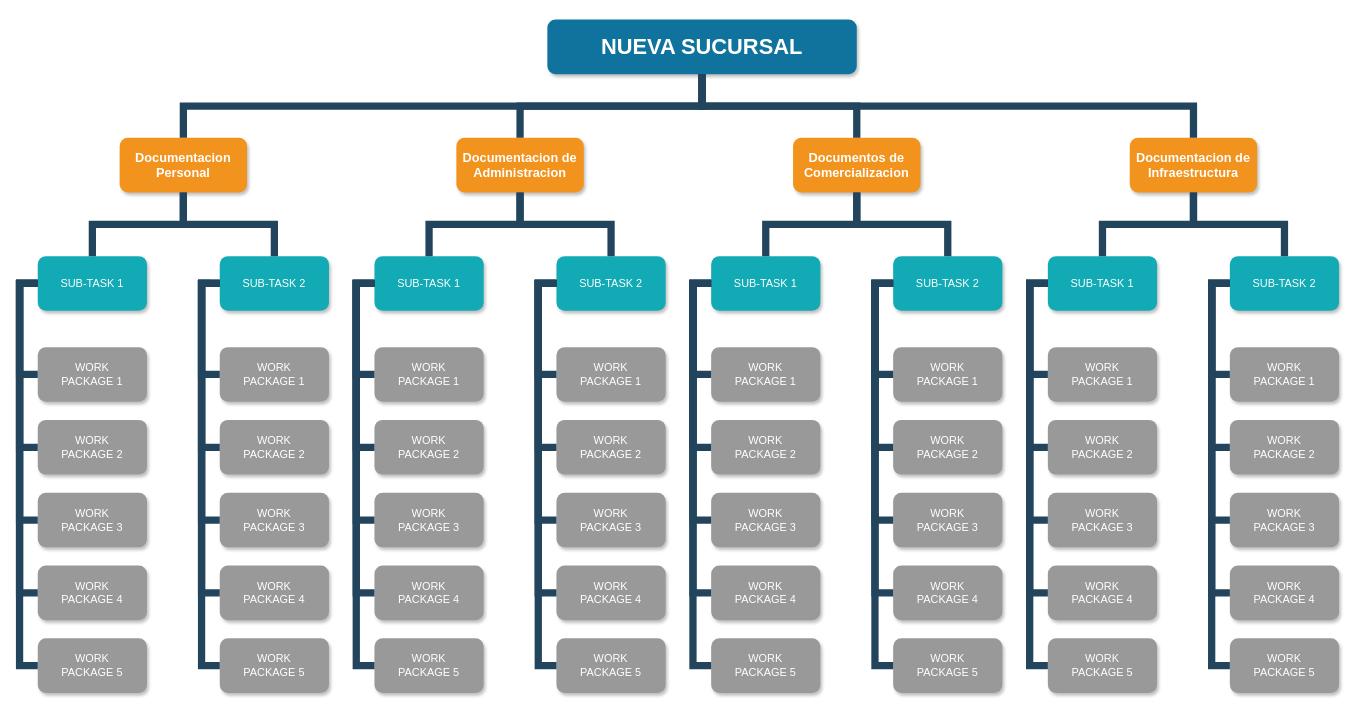
Before: Untitled Diagram.drawio in spawn1978/teclab, a draw.io diagram. Source tidied: cells renumbered, new cells numbered last; positions are measured from the earlier drawing's top-left corner, leaving out a move shared by most shapes. Both pictures are drawn from the tidied source at 91%, with x=0, y=0 at pixel (19, 19).
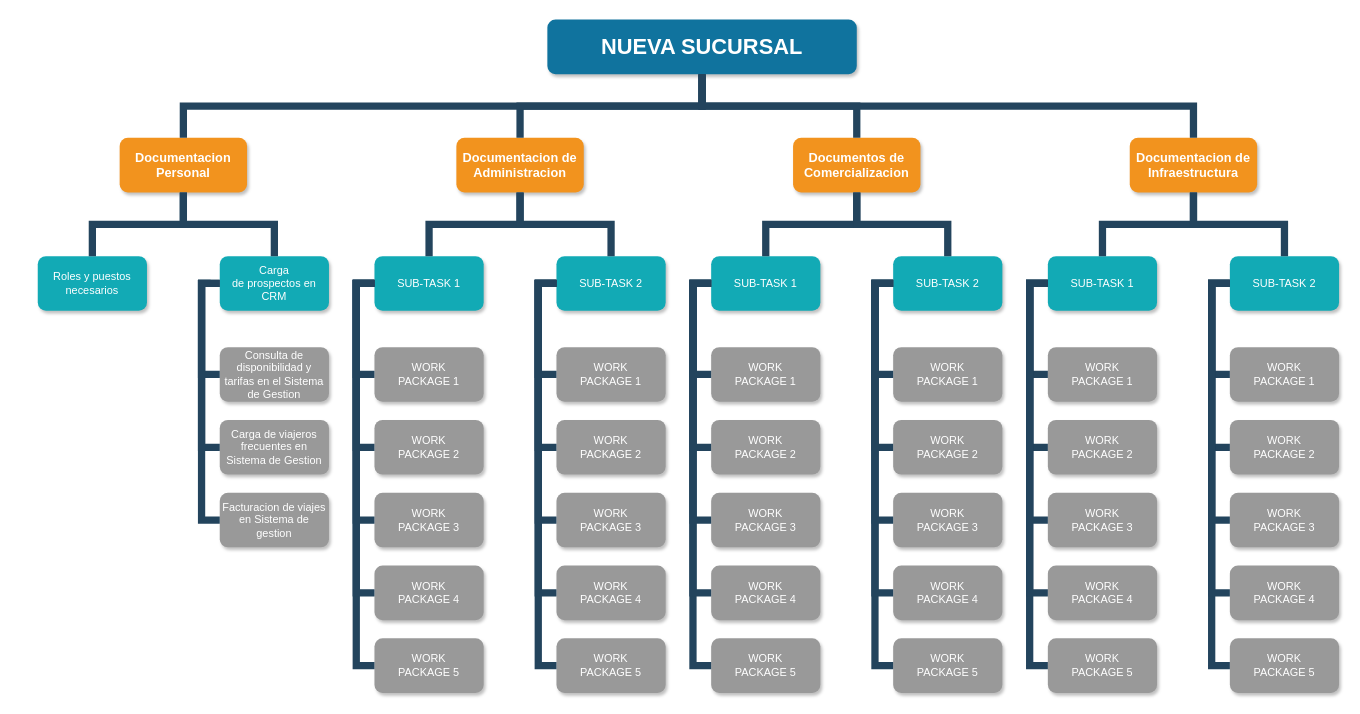
Above is the later version.

What changed in the source:
```diff
@@
-    <mxCell id="7" value="SUB-TASK 1" style="whiteSpace=wrap;rounded=1;fillColor=#12AAB5;strokeColor=none;shadow=1;fontColor=#FFFFFF;" parent="1" vertex="1">
+    <mxCell id="7" value="Roles y puestos necesarios" style="whiteSpace=wrap;rounded=1;fillColor=#12AAB5;strokeColor=none;shadow=1;fontColor=#FFFFFF;" parent="1" vertex="1">
       <mxGeometry x="20" y="260" width="120" height="60" as="geometry" />
     </mxCell>
-    <mxCell id="8" value="SUB-TASK 2" style="whiteSpace=wrap;rounded=1;fillColor=#12AAB5;strokeColor=none;shadow=1;fontColor=#FFFFFF;" parent="1" vertex="1">
+    <mxCell id="8" value="Carga &#10;de prospectos en CRM" style="whiteSpace=wrap;rounded=1;fillColor=#12AAB5;strokeColor=none;shadow=1;fontColor=#FFFFFF;" parent="1" vertex="1">
       <mxGeometry x="220" y="260" width="120" height="60" as="geometry" />
     </mxCell>
-    <mxCell id="9" value="WORK&#10;PACKAGE 1" style="whiteSpace=wrap;rounded=1;fillColor=#999999;strokeColor=none;shadow=1;fontColor=#FFFFFF;fontStyle=0;" parent="1" vertex="1">
-      <mxGeometry x="20" y="360" width="120" height="60" as="geometry" />
-    </mxCell>
-    <mxCell id="10" value="WORK&#10;PACKAGE 2" style="whiteSpace=wrap;rounded=1;fillColor=#999999;strokeColor=none;shadow=1;fontColor=#FFFFFF;fontStyle=0;" parent="1" vertex="1">
-      <mxGeometry x="20" y="440" width="120" height="60" as="geometry" />
-    </mxCell>
-    <mxCell id="11" value="WORK&#10;PACKAGE 3" style="whiteSpace=wrap;rounded=1;fillColor=#999999;strokeColor=none;shadow=1;fontColor=#FFFFFF;fontStyle=0;" parent="1" vertex="1">
-      <mxGeometry x="20" y="520" width="120" height="60" as="geometry" />
-    </mxCell>
-    <mxCell id="12" value="WORK&#10;PACKAGE 4" style="whiteSpace=wrap;rounded=1;fillColor=#999999;strokeColor=none;shadow=1;fontColor=#FFFFFF;fontStyle=0;" parent="1" vertex="1">
-      <mxGeometry x="20" y="600" width="120" height="60" as="geometry" />
-    </mxCell>
-    <mxCell id="13" value="WORK&#10;PACKAGE 5" style="whiteSpace=wrap;rounded=1;fillColor=#999999;strokeColor=none;shadow=1;fontColor=#FFFFFF;fontStyle=0;" parent="1" vertex="1">
-      <mxGeometry x="20" y="680" width="120" height="60" as="geometry" />
-    </mxCell>
-    <mxCell id="14" value="WORK&#10;PACKAGE 1" style="whiteSpace=wrap;rounded=1;fillColor=#999999;strokeColor=none;shadow=1;fontColor=#FFFFFF;fontStyle=0;" parent="1" vertex="1">
+    <mxCell id="14" value="Consulta de disponibilidad y tarifas en el Sistema de Gestion" style="whiteSpace=wrap;rounded=1;fillColor=#999999;strokeColor=none;shadow=1;fontColor=#FFFFFF;fontStyle=0;" parent="1" vertex="1">
       <mxGeometry x="220" y="360" width="120" height="60" as="geometry" />
     </mxCell>
-    <mxCell id="15" value="WORK&#10;PACKAGE 2" style="whiteSpace=wrap;rounded=1;fillColor=#999999;strokeColor=none;shadow=1;fontColor=#FFFFFF;fontStyle=0;" parent="1" vertex="1">
+    <mxCell id="15" value="Carga de viajeros frecuentes en Sistema de Gestion" style="whiteSpace=wrap;rounded=1;fillColor=#999999;strokeColor=none;shadow=1;fontColor=#FFFFFF;fontStyle=0;" parent="1" vertex="1">
       <mxGeometry x="220" y="440" width="120" height="60" as="geometry" />
     </mxCell>
-    <mxCell id="16" value="WORK&#10;PACKAGE 3" style="whiteSpace=wrap;rounded=1;fillColor=#999999;strokeColor=none;shadow=1;fontColor=#FFFFFF;fontStyle=0;" parent="1" vertex="1">
+    <mxCell id="16" value="Facturacion de viajes en Sistema de gestion" style="whiteSpace=wrap;rounded=1;fillColor=#999999;strokeColor=none;shadow=1;fontColor=#FFFFFF;fontStyle=0;" parent="1" vertex="1">
       <mxGeometry x="220" y="520" width="120" height="60" as="geometry" />
     </mxCell>
-    <mxCell id="17" value="WORK&#10;PACKAGE 4" style="whiteSpace=wrap;rounded=1;fillColor=#999999;strokeColor=none;shadow=1;fontColor=#FFFFFF;fontStyle=0;" parent="1" vertex="1">
-      <mxGeometry x="220" y="600" width="120" height="60" as="geometry" />
-    </mxCell>
-    <mxCell id="18" value="WORK&#10;PACKAGE 5" style="whiteSpace=wrap;rounded=1;fillColor=#999999;strokeColor=none;shadow=1;fontColor=#FFFFFF;fontStyle=0;" parent="1" vertex="1">
-      <mxGeometry x="220" y="680" width="120" height="60" as="geometry" />
-    </mxCell>
@@
-    <mxCell id="33" style="edgeStyle=elbowEdgeStyle;elbow=horizontal;rounded=0;fontColor=#000000;endArrow=none;endFill=0;strokeWidth=8;strokeColor=#23445D;" parent="1" edge="1" source="7" target="9">
-      <mxGeometry relative="1" as="geometry">
-        <Array as="points">
-          <mxPoint y="340" />
-        </Array>
-      </mxGeometry>
-    </mxCell>
-    <mxCell id="34" style="edgeStyle=elbowEdgeStyle;elbow=horizontal;rounded=0;fontColor=#000000;endArrow=none;endFill=0;strokeWidth=8;strokeColor=#23445D;" parent="1" edge="1" source="7" target="10">
-      <mxGeometry relative="1" as="geometry">
-        <Array as="points">
-          <mxPoint y="360" />
-        </Array>
-      </mxGeometry>
-    </mxCell>
-    <mxCell id="35" style="edgeStyle=elbowEdgeStyle;elbow=horizontal;rounded=0;fontColor=#000000;endArrow=none;endFill=0;strokeWidth=8;strokeColor=#23445D;" parent="1" edge="1" source="7" target="13">
-      <mxGeometry relative="1" as="geometry">
-        <Array as="points">
-          <mxPoint y="500" />
-        </Array>
-      </mxGeometry>
-    </mxCell>
-    <mxCell id="36" style="edgeStyle=elbowEdgeStyle;elbow=horizontal;rounded=0;fontColor=#000000;endArrow=none;endFill=0;strokeWidth=8;strokeColor=#23445D;" parent="1" edge="1" source="7" target="12">
-      <mxGeometry relative="1" as="geometry">
-        <Array as="points">
-          <mxPoint y="370" />
-        </Array>
-      </mxGeometry>
-    </mxCell>
-    <mxCell id="37" style="edgeStyle=elbowEdgeStyle;elbow=horizontal;rounded=0;fontColor=#000000;endArrow=none;endFill=0;strokeWidth=8;strokeColor=#23445D;" parent="1" edge="1" source="7" target="11">
-      <mxGeometry relative="1" as="geometry">
-        <Array as="points">
-          <mxPoint y="390" />
-        </Array>
-      </mxGeometry>
-    </mxCell>
@@
-    <mxCell id="40" style="edgeStyle=elbowEdgeStyle;elbow=horizontal;rounded=0;fontColor=#000000;endArrow=none;endFill=0;strokeWidth=8;strokeColor=#23445D;" parent="1" edge="1" source="8" target="18">
-      <mxGeometry relative="1" as="geometry">
-        <Array as="points">
-          <mxPoint x="200" y="500" />
-        </Array>
-      </mxGeometry>
-    </mxCell>
-    <mxCell id="41" style="edgeStyle=elbowEdgeStyle;elbow=horizontal;rounded=0;fontColor=#000000;endArrow=none;endFill=0;strokeWidth=8;strokeColor=#23445D;" parent="1" edge="1" source="8" target="17">
-      <mxGeometry relative="1" as="geometry">
-        <Array as="points">
-          <mxPoint x="200" y="460" />
-        </Array>
-      </mxGeometry>
-    </mxCell>
```
